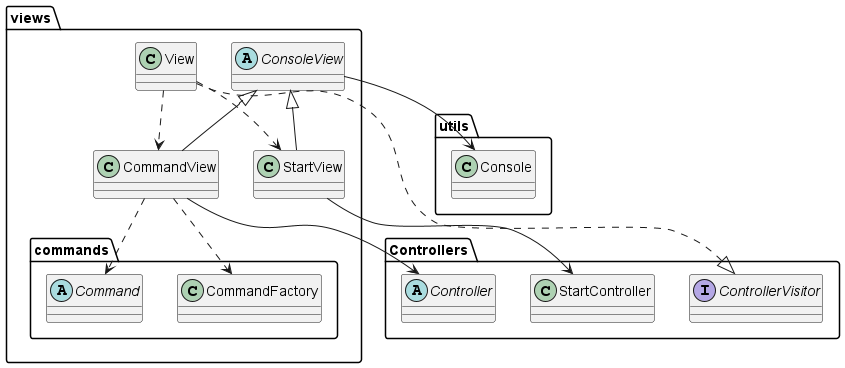
The PlantUML diagram docs/images/views.png in menthil/tennis-manager, before a commit.
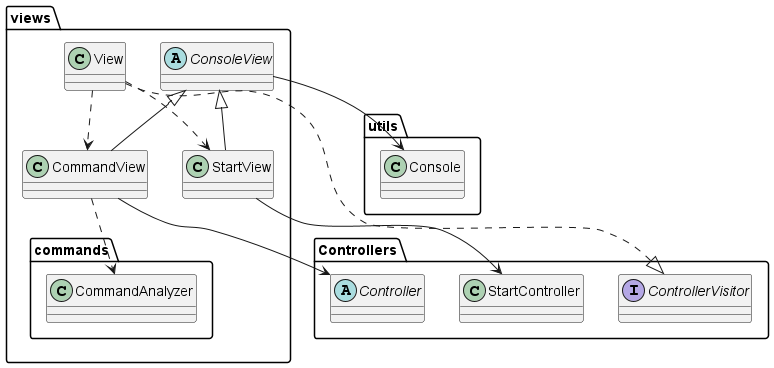
The same diagram one commit later.

The edit, as a diff of the source:
```diff
@@ -18,9 +18,7 @@
 
 package views.commands {
 
-  class CommandFactory
-
-  abstract Command
+  class CommandAnalyzer
 
 }
 
@@ -28,8 +26,7 @@
 
   class CommandView extends ConsoleView
   CommandView --> Controller
-  CommandView ..> commands.CommandFactory
-  CommandView ..> commands.Command
+  CommandView ..> commands.CommandAnalyzer
 
   abstract ConsoleView
   ConsoleView --> Console
```
